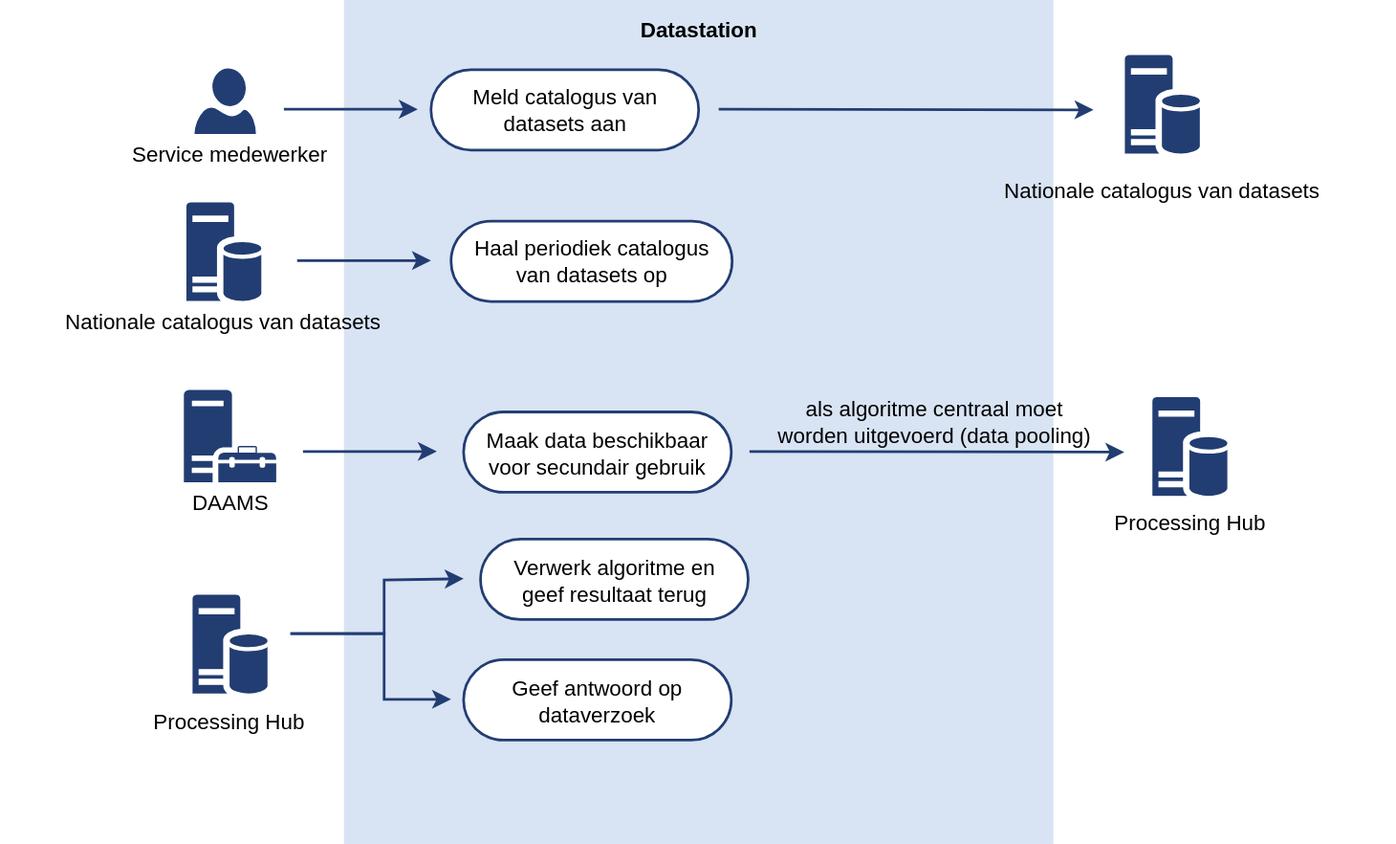
The draw.io diagram docs/applicatie/laag-3/uc-datastation.drawio.svg in Health-RI/data-station-specification, before a commit. Source tidied: cells renumbered, new cells last; positions are measured from the earlier drawing's top-left corner, leaving out a move shared by most shapes.
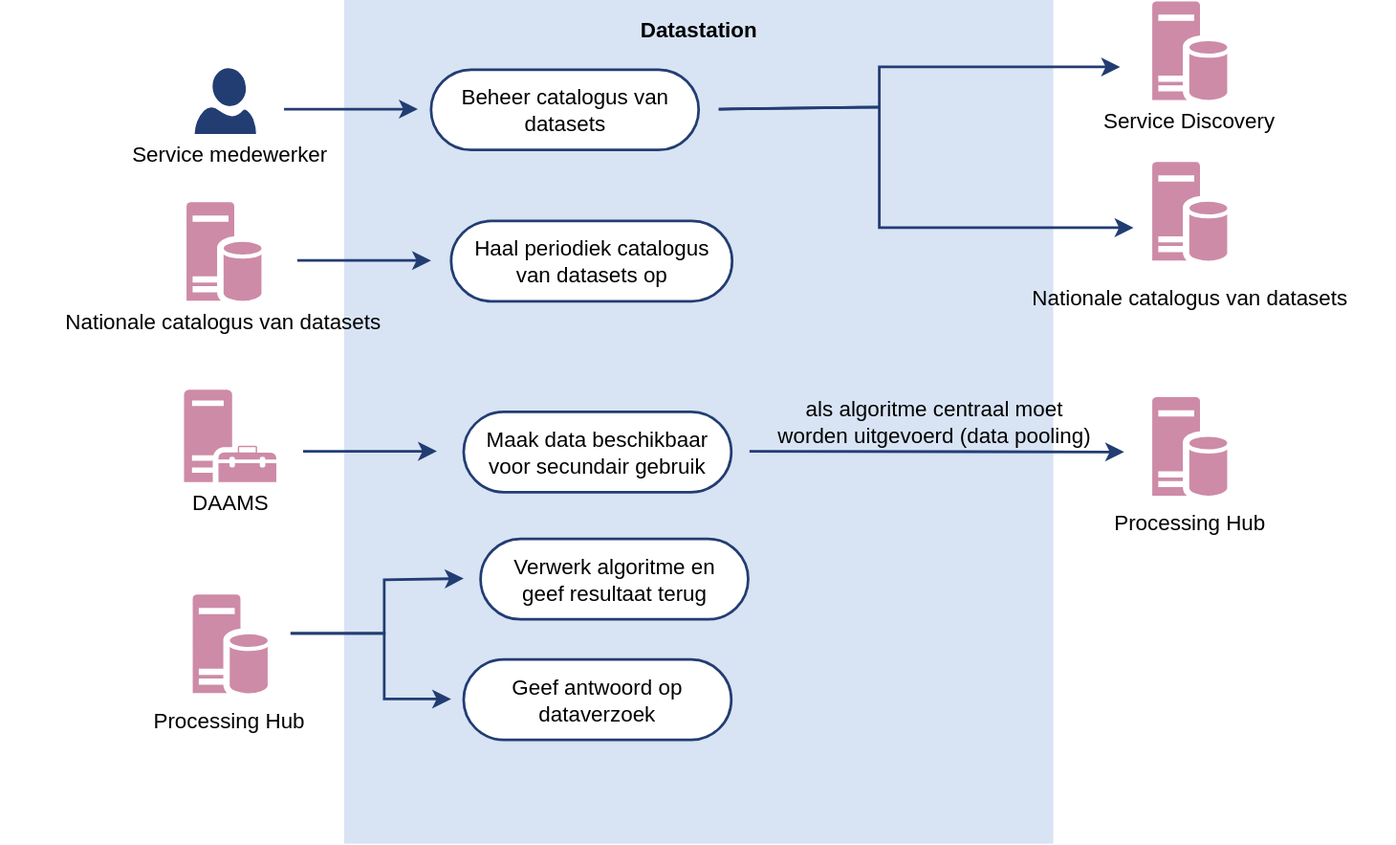
After the change.

Diff of the diagram source:
```diff
@@ -18,12 +18,12 @@
       </mxGeometry>
     </mxCell>
     <mxCell id="6" style="rounded=0;whiteSpace=wrap;html=1;fillColor=none;strokeColor=none;" parent="1" vertex="1">
-      <mxGeometry y="112" width="1042.8" height="60" as="geometry" />
+      <mxGeometry y="240" width="1042.8" height="60" as="geometry" />
     </mxCell>
-    <mxCell id="7" style="sketch=0;shadow=0;dashed=0;html=1;strokeColor=#FFFFFF;labelPosition=center;verticalLabelPosition=bottom;verticalAlign=top;align=center;fillColor=#223D72;shape=mxgraph.mscae.system_center.management_point;" parent="1" vertex="1">
+    <mxCell id="7" style="sketch=0;shadow=0;dashed=0;html=1;strokeColor=#FFFFFF;labelPosition=center;verticalLabelPosition=bottom;verticalAlign=top;align=center;fillColor=light-dark(#CD8BA7,#CD8BA7);shape=mxgraph.mscae.system_center.management_point;" parent="1" vertex="1">
       <mxGeometry x="136.4" y="290" width="70" height="70" as="geometry" />
     </mxCell>
-    <mxCell id="8" style="sketch=0;shadow=0;dashed=0;html=1;strokeColor=#FFFFFF;labelPosition=center;verticalLabelPosition=bottom;verticalAlign=top;align=center;fillColor=#223D72;shape=mxgraph.mscae.enterprise.database_server;fontFamily=Arial;" parent="1" vertex="1">
+    <mxCell id="8" style="sketch=0;shadow=0;dashed=0;html=1;strokeColor=#FFFFFF;labelPosition=center;verticalLabelPosition=bottom;verticalAlign=top;align=center;fillColor=light-dark(#CD8BA7,#CD8BA7);shape=mxgraph.mscae.enterprise.database_server;fontFamily=Arial;" parent="1" vertex="1">
       <mxGeometry x="860" y="295.5" width="57" height="75" as="geometry" />
     </mxCell>
     <mxCell id="9" style="endArrow=classic;html=1;rounded=0;fontSize=12;startSize=8;endSize=8;curved=1;strokeWidth=1.9685;strokeColor=#223D72;fontFamily=Arial;" parent="1" edge="1">
@@ -41,7 +41,7 @@
     <mxCell id="12" value="Geef antwoord op dataverzoek" style="rounded=1;whiteSpace=wrap;html=1;fontSize=16;arcSize=50;strokeWidth=1.9685;spacingLeft=11.811;spacingRight=11.811;strokeColor=#223D72;fontFamily=Arial;" parent="1" vertex="1">
       <mxGeometry x="346.4" y="492.5" width="200" height="60" as="geometry" />
     </mxCell>
-    <mxCell id="13" style="sketch=0;shadow=0;dashed=0;html=1;strokeColor=#FFFFFF;labelPosition=center;verticalLabelPosition=bottom;verticalAlign=top;align=center;fillColor=#223D72;shape=mxgraph.mscae.enterprise.database_server;fontFamily=Arial;" parent="1" vertex="1">
+    <mxCell id="13" style="sketch=0;shadow=0;dashed=0;html=1;strokeColor=#FFFFFF;labelPosition=center;verticalLabelPosition=bottom;verticalAlign=top;align=center;fillColor=light-dark(#CD8BA7,#CD8BA7);shape=mxgraph.mscae.enterprise.database_server;fontFamily=Arial;" parent="1" vertex="1">
       <mxGeometry x="142.9" y="443" width="57" height="75" as="geometry" />
     </mxCell>
     <mxCell id="14" value="Processing Hub" style="text;html=1;whiteSpace=wrap;strokeColor=none;fillColor=none;align=center;verticalAlign=middle;rounded=0;fontSize=16;fontFamily=Arial;" parent="1" vertex="1">
@@ -73,10 +73,7 @@
     <mxCell id="18" value="Service medewerker" style="text;html=1;whiteSpace=wrap;strokeColor=none;fillColor=none;align=center;verticalAlign=middle;rounded=0;fontSize=16;fontFamily=Arial;" parent="1" vertex="1">
       <mxGeometry x="95.8" y="100" width="151.1" height="30" as="geometry" />
     </mxCell>
-    <mxCell id="19" style="edgeStyle=none;curved=1;rounded=0;jettySize=auto;html=1;fontSize=12;startSize=8;endSize=8;" parent="1" edge="1" source="20" target="6">
-      <mxGeometry relative="1" as="geometry" />
-    </mxCell>
-    <mxCell id="20" value="Meld catalogus van datasets aan" style="rounded=1;whiteSpace=wrap;html=1;fontSize=16;arcSize=50;strokeWidth=1.9685;spacingLeft=11.811;spacingRight=11.811;strokeColor=#223D72;fontFamily=Arial;" parent="1" vertex="1">
+    <mxCell id="20" value="Beheer catalogus van datasets" style="rounded=1;whiteSpace=wrap;html=1;fontSize=16;arcSize=50;strokeWidth=1.9685;spacingLeft=11.811;spacingRight=11.811;strokeColor=#223D72;fontFamily=Arial;" parent="1" vertex="1">
       <mxGeometry x="322" y="52" width="200" height="60" as="geometry" />
     </mxCell>
     <mxCell id="21" style="endArrow=classic;html=1;rounded=0;fontSize=12;startSize=8;endSize=8;curved=1;strokeWidth=1.9685;strokeColor=#223D72;fontFamily=Arial;" parent="1" edge="1">
@@ -85,19 +82,23 @@
         <mxPoint x="312.1" y="81.5" as="targetPoint" />
       </mxGeometry>
     </mxCell>
-    <mxCell id="22" style="sketch=0;shadow=0;dashed=0;html=1;strokeColor=#FFFFFF;labelPosition=center;verticalLabelPosition=bottom;verticalAlign=top;align=center;fillColor=#223D72;shape=mxgraph.mscae.enterprise.database_server;fontFamily=Arial;" parent="1" vertex="1">
-      <mxGeometry x="839.4" y="40" width="57" height="75" as="geometry" />
+    <mxCell id="22" style="sketch=0;shadow=0;dashed=0;html=1;strokeColor=#FFFFFF;labelPosition=center;verticalLabelPosition=bottom;verticalAlign=top;align=center;fillColor=light-dark(#CD8BA7,#CD8BA7);shape=mxgraph.mscae.enterprise.database_server;fontFamily=Arial;" parent="1" vertex="1">
+      <mxGeometry x="860" y="120" width="57" height="75" as="geometry" />
     </mxCell>
     <mxCell id="23" value="Nationale catalogus van datasets" style="text;html=1;whiteSpace=wrap;strokeColor=none;fillColor=none;align=center;verticalAlign=middle;rounded=0;fontSize=16;fontFamily=Arial;" parent="1" vertex="1">
-      <mxGeometry x="747.9" y="127" width="240" height="30" as="geometry" />
+      <mxGeometry x="768.5" y="207" width="240" height="30" as="geometry" />
     </mxCell>
-    <mxCell id="24" style="endArrow=classic;html=1;rounded=0;fontSize=12;startSize=8;endSize=8;curved=1;strokeWidth=1.9685;strokeColor=#223D72;fontFamily=Arial;" parent="1" edge="1">
+    <mxCell id="24" style="endArrow=classic;html=1;rounded=0;fontSize=12;startSize=8;endSize=8;curved=0;strokeWidth=1.9685;strokeColor=#223D72;fontFamily=Arial;" parent="1" edge="1">
       <mxGeometry relative="1" as="geometry">
         <mxPoint x="537" y="81.5" as="sourcePoint" />
-        <mxPoint x="817" y="82" as="targetPoint" />
+        <mxPoint x="847" y="170" as="targetPoint" />
+        <Array as="points">
+          <mxPoint x="657" y="80" />
+          <mxPoint x="657" y="170" />
+        </Array>
       </mxGeometry>
     </mxCell>
-    <mxCell id="25" style="sketch=0;shadow=0;dashed=0;html=1;strokeColor=#FFFFFF;labelPosition=center;verticalLabelPosition=bottom;verticalAlign=top;align=center;fillColor=#223D72;shape=mxgraph.mscae.enterprise.database_server;fontFamily=Arial;" parent="1" vertex="1">
+    <mxCell id="25" style="sketch=0;shadow=0;dashed=0;html=1;strokeColor=#FFFFFF;labelPosition=center;verticalLabelPosition=bottom;verticalAlign=top;align=center;fillColor=light-dark(#CD8BA7,#CD8BA7);shape=mxgraph.mscae.enterprise.database_server;fontFamily=Arial;" parent="1" vertex="1">
       <mxGeometry x="138.2" y="150" width="57" height="75" as="geometry" />
     </mxCell>
     <mxCell id="26" value="Nationale catalogus van datasets" style="text;html=1;whiteSpace=wrap;strokeColor=none;fillColor=none;align=center;verticalAlign=middle;rounded=0;fontSize=16;fontFamily=Arial;" parent="1" vertex="1">
@@ -115,5 +116,22 @@
     <mxCell id="29" value="als algoritme centraal moet worden uitgevoerd (data pooling)" style="text;html=1;whiteSpace=wrap;strokeColor=none;fillColor=none;align=center;verticalAlign=middle;rounded=0;fontFamily=Arial;fontSize=16;" parent="1" vertex="1">
       <mxGeometry x="579.4" y="300" width="237.6" height="30" as="geometry" />
     </mxCell>
+    <mxCell id="30" style="sketch=0;shadow=0;dashed=0;html=1;strokeColor=#FFFFFF;labelPosition=center;verticalLabelPosition=bottom;verticalAlign=top;align=center;fillColor=light-dark(#CD8BA7,#CD8BA7);shape=mxgraph.mscae.enterprise.database_server;fontFamily=Arial;" parent="1" vertex="1">
+      <mxGeometry x="860" width="57" height="75" as="geometry" />
+    </mxCell>
+    <mxCell id="31" value="Service Discovery" style="text;html=1;whiteSpace=wrap;strokeColor=none;fillColor=none;align=center;verticalAlign=middle;rounded=0;fontSize=16;fontFamily=Arial;" parent="1" vertex="1">
+      <mxGeometry x="813.8" y="75" width="149.4" height="30" as="geometry" />
+    </mxCell>
+    <mxCell id="32" style="endArrow=classic;html=1;rounded=0;fontSize=12;startSize=8;endSize=8;curved=0;strokeWidth=1.9685;strokeColor=#223D72;fontFamily=Arial;" parent="1" edge="1">
+      <mxGeometry relative="1" as="geometry">
+        <mxPoint x="537" y="81.5" as="sourcePoint" />
+        <mxPoint x="837" y="50" as="targetPoint" />
+        <Array as="points">
+          <mxPoint x="657" y="80" />
+          <mxPoint x="657" y="50" />
+          <mxPoint x="737" y="50" />
+        </Array>
+      </mxGeometry>
+    </mxCell>
   </root>
 </mxGraphModel>
```
